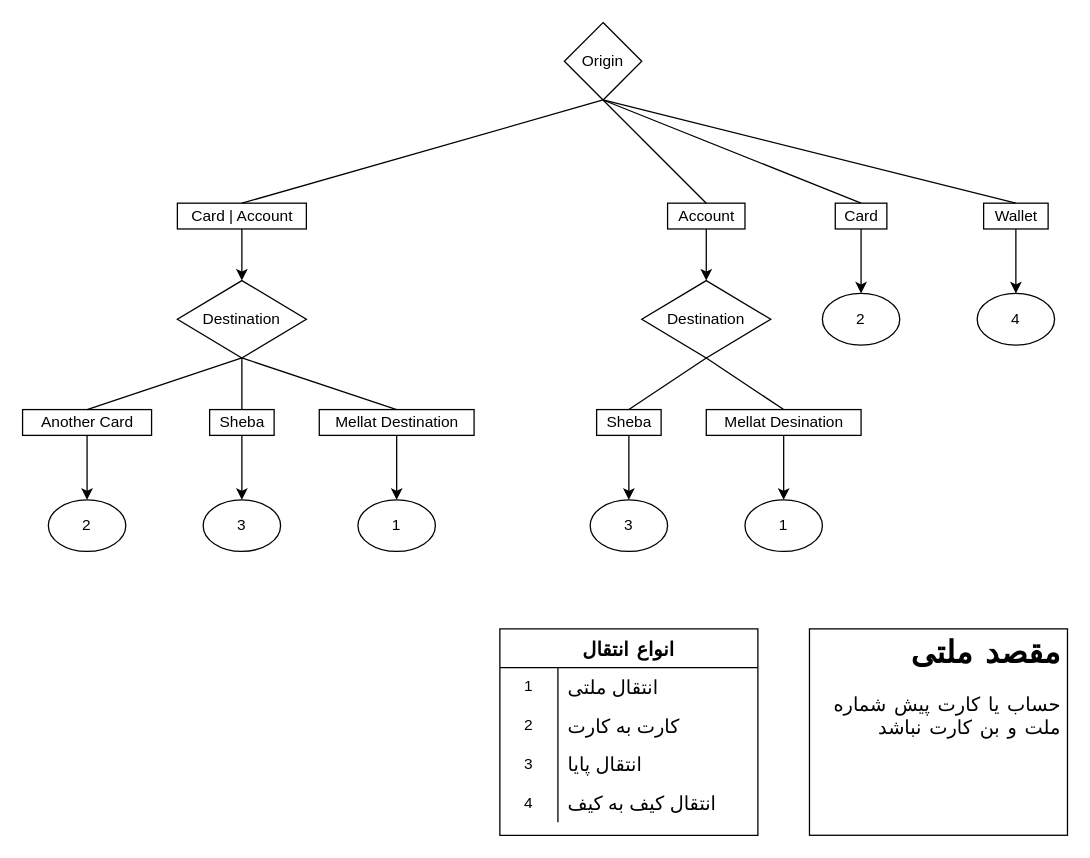
This is graphs/transaction.drawio from mohseninasab/personal_graph, a draw.io file, before an edit. Source tidied: cells renumbered, new cells numbered last; positions are measured from the earlier drawing's top-left corner, leaving out a move shared by most shapes. Both pictures are drawn from the tidied source at 129%, with x=0, y=0 at pixel (22, 22).
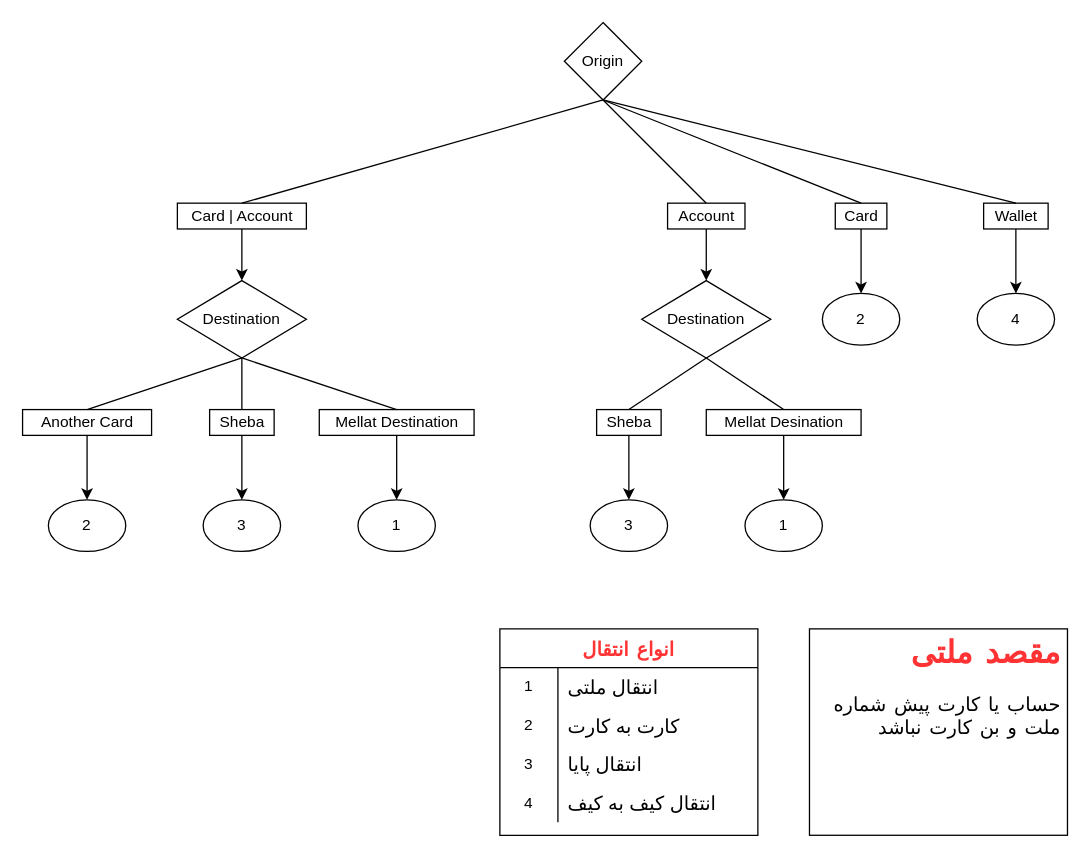
The same diagram, later.

What changed in the source:
```diff
@@
-    <mxCell id="39" value="&lt;h1&gt;مقصد ملتی&lt;/h1&gt;&lt;p&gt;&lt;font style=&quot;font-size: 15px&quot;&gt;حساب یا کارت پیش شماره ملت و بن کارت نباشد&lt;/font&gt;&lt;/p&gt;" style="text;html=1;fillColor=none;spacing=5;spacingTop=-20;whiteSpace=wrap;overflow=hidden;rounded=0;align=right;fontFamily=Comic Sans MS;strokeColor=#000000;" parent="1" vertex="1">
+    <mxCell id="39" value="&lt;h1&gt;&lt;font color=&quot;#ff3333&quot;&gt;مقصد ملتی&lt;/font&gt;&lt;/h1&gt;&lt;p&gt;&lt;font style=&quot;font-size: 15px&quot;&gt;حساب یا کارت پیش شماره ملت و بن کارت نباشد&lt;/font&gt;&lt;/p&gt;" style="text;html=1;fillColor=none;spacing=5;spacingTop=-20;whiteSpace=wrap;overflow=hidden;rounded=0;align=right;fontFamily=Comic Sans MS;strokeColor=#000000;" parent="1" vertex="1">
       <mxGeometry x="610" y="470" width="200" height="160" as="geometry" />
     </mxCell>
-    <mxCell id="40" value="انواع انتقال" style="shape=table;startSize=30;childLayout=tableLayout;rowLines=0;fontStyle=1;align=center;fontSize=15;fontFamily=Comic Sans MS;" parent="1" vertex="1">
+    <mxCell id="40" value="انواع انتقال" style="shape=table;startSize=30;childLayout=tableLayout;rowLines=0;fontStyle=1;align=center;fontSize=15;fontFamily=Comic Sans MS;fontColor=#FF3333;" parent="1" vertex="1">
       <mxGeometry x="370" y="470" width="200" height="160" as="geometry" />
     </mxCell>
```
